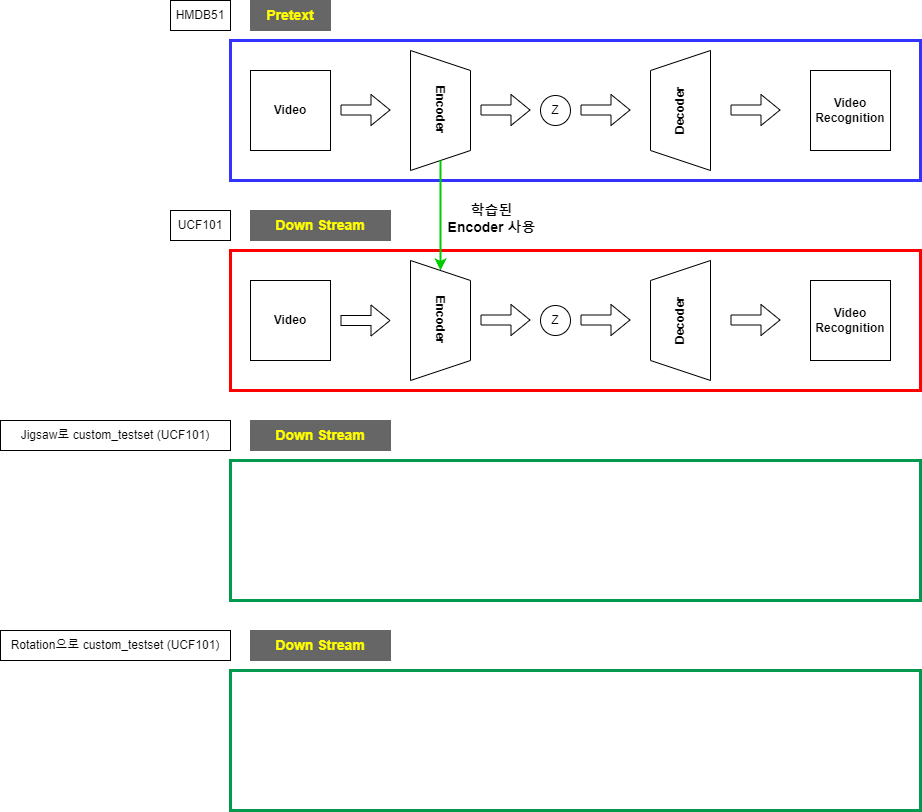
Earlier version of the draw.io export 연구주제.drawio.png (Kyoungrae-Noh/Self-Supervised-Learning). Source tidied: cells renumbered, new cells last; positions are measured from the earlier drawing's top-left corner, leaving out a move shared by most shapes.
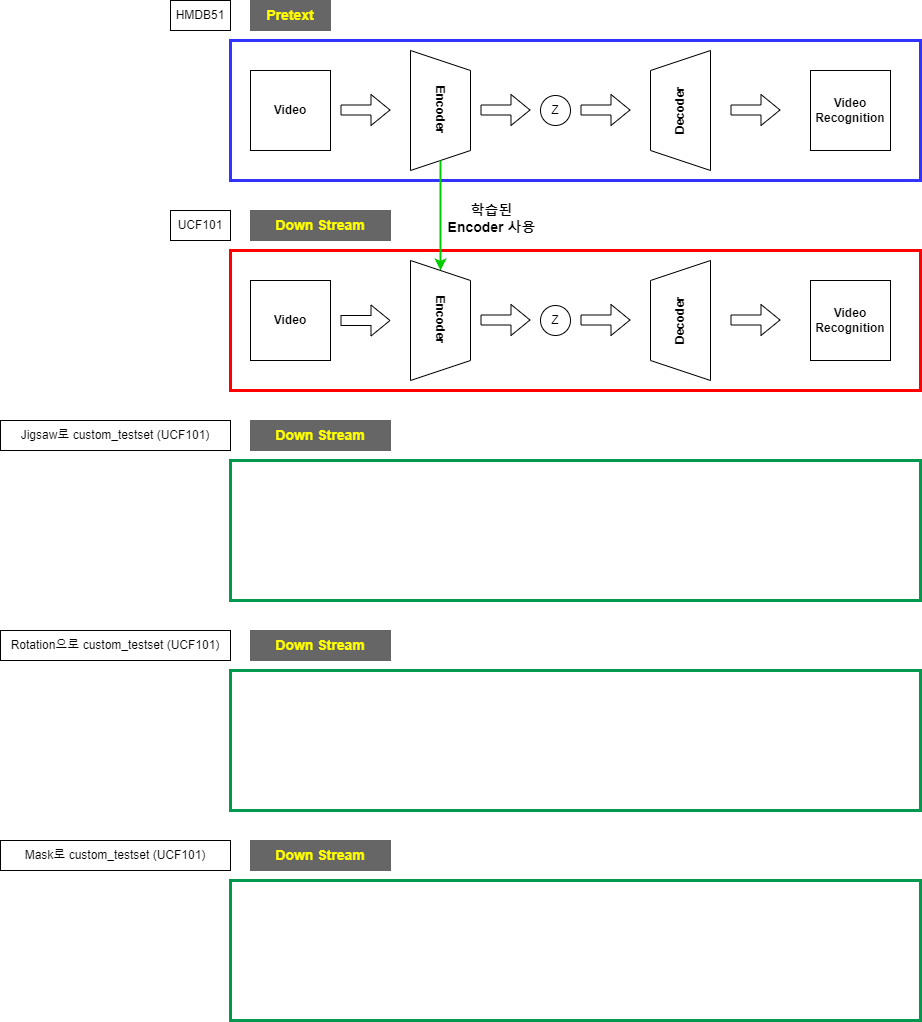
After the commit.

Commit message:
연구주제.drawio.png 업데이트

What changed in the source:
```diff
@@ -126,5 +126,14 @@
     <mxCell id="33" value="Rotation으로 custom_testset (UCF101)" style="whiteSpace=wrap;html=1;" parent="1" vertex="1">
       <mxGeometry y="630" width="230" height="30" as="geometry" />
     </mxCell>
+    <mxCell id="34" value="&lt;b&gt;&lt;font color=&quot;#ffff00&quot; style=&quot;font-size: 14px;&quot;&gt;Down Stream&lt;/font&gt;&lt;/b&gt;" style="rounded=0;whiteSpace=wrap;html=1;fillColor=#666666;strokeColor=#666666;" parent="1" vertex="1">
+      <mxGeometry x="250" y="840" width="140" height="30" as="geometry" />
+    </mxCell>
+    <mxCell id="35" style="rounded=0;whiteSpace=wrap;html=1;strokeColor=#00994D;strokeWidth=3;fontColor=#3333FF;fillColor=none;labelBackgroundColor=#FFFFFF;" parent="1" vertex="1">
+      <mxGeometry x="230" y="880" width="690" height="140" as="geometry" />
+    </mxCell>
+    <mxCell id="36" value="Mask로 custom_testset (UCF101)" style="whiteSpace=wrap;html=1;" parent="1" vertex="1">
+      <mxGeometry y="840" width="230" height="30" as="geometry" />
+    </mxCell>
   </root>
 </mxGraphModel>
```
